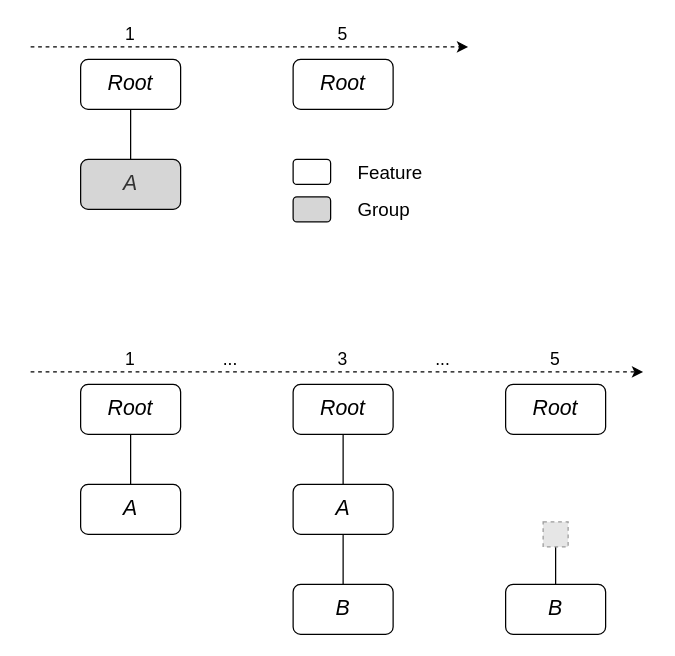
Before: page "AddFeatureExample" (6 of 6) of thesis/src/examples/Examples.drawio in idamotz/Master, a draw.io diagram. Source tidied: cells renumbered, new cells numbered last; positions are measured from the earlier drawing's top-left corner, leaving out a move shared by most shapes. Both pictures are drawn from the tidied source at 125%, with x=0, y=0 at pixel (30, 21). Pictures stored in the file or linked from it are replaced by grey dashed boxes.
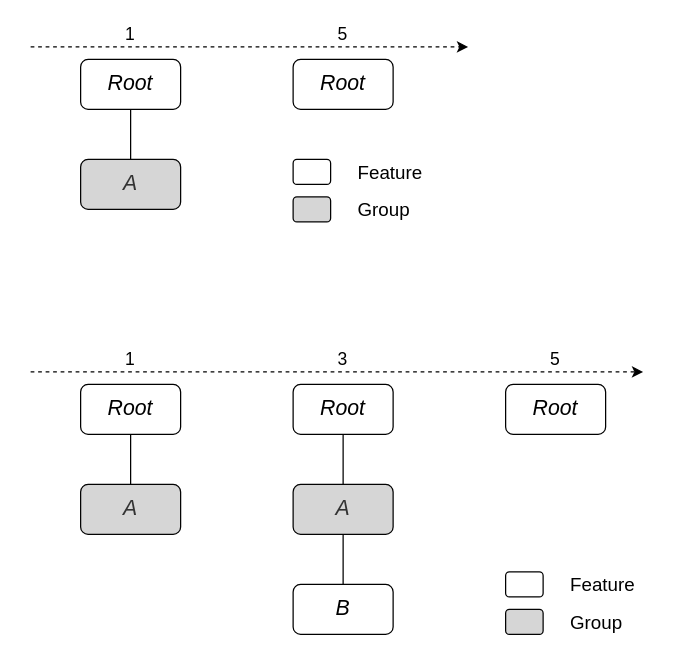
The same page after the edit.

Change to the diagram source:
```diff
@@
-    <mxCell id="10" value="&lt;font face=&quot;Computer Modern&quot; style=&quot;font-size: 17px;&quot;&gt;&lt;i style=&quot;font-size: 17px;&quot;&gt;A&lt;/i&gt;&lt;/font&gt;" style="rounded=1;whiteSpace=wrap;html=1;fontFamily=Computer Modern;fontSize=17;" parent="1" vertex="1">
+    <mxCell id="10" value="&lt;font face=&quot;Computer Modern&quot; style=&quot;font-size: 17px;&quot;&gt;&lt;i style=&quot;font-size: 17px;&quot;&gt;A&lt;/i&gt;&lt;/font&gt;" style="rounded=1;whiteSpace=wrap;html=1;fontFamily=Computer Modern;fontSize=17;fontColor=#333333;strokeColor=#030303;fillColor=#D6D6D6;" parent="1" vertex="1">
       <mxGeometry x="40" y="370" width="80" height="40" as="geometry" />
     </mxCell>
@@
-    <mxCell id="16" value="..." style="text;html=1;strokeColor=none;fillColor=none;align=center;verticalAlign=middle;whiteSpace=wrap;rounded=0;fontSize=14;fontFamily=Computer Modern;" parent="1" vertex="1">
-      <mxGeometry x="140" y="260" width="40" height="20" as="geometry" />
-    </mxCell>
-    <mxCell id="17" value="&lt;font face=&quot;Computer Modern&quot; style=&quot;font-size: 17px&quot;&gt;&lt;i style=&quot;font-size: 17px&quot;&gt;B&lt;/i&gt;&lt;/font&gt;" style="rounded=1;whiteSpace=wrap;html=1;fontFamily=Computer Modern;fontSize=17;" parent="1" vertex="1">
-      <mxGeometry x="380" y="450" width="80" height="40" as="geometry" />
-    </mxCell>
-    <mxCell id="18" style="endArrow=none;html=1;entryX=0.5;entryY=1;entryDx=0;entryDy=0;exitX=0.5;exitY=0;exitDx=0;exitDy=0;" parent="1" edge="1" source="17">
-      <mxGeometry relative="1" as="geometry">
-        <mxPoint x="420" y="410" as="targetPoint" />
-      </mxGeometry>
-    </mxCell>
-    <mxCell id="19" style="fillColor=#E6E6E6;strokeColor=#999999;dashed=1;html=1;verticalAlign=top;verticalLabelPosition=bottom;labelBackgroundColor=#ffffff;fontFamily=Computer Modern;fontSize=14;" parent="1" vertex="1">
-      <mxGeometry x="410" y="400" width="20" height="20" as="geometry" />
-    </mxCell>
@@
-    <mxCell id="21" value="&lt;font face=&quot;Computer Modern&quot; style=&quot;font-size: 17px;&quot;&gt;&lt;i style=&quot;font-size: 17px;&quot;&gt;A&lt;/i&gt;&lt;/font&gt;" style="rounded=1;whiteSpace=wrap;html=1;fontFamily=Computer Modern;fontSize=17;" parent="1" vertex="1">
+    <mxCell id="21" value="&lt;font face=&quot;Computer Modern&quot; style=&quot;font-size: 17px;&quot;&gt;&lt;i style=&quot;font-size: 17px;&quot;&gt;A&lt;/i&gt;&lt;/font&gt;" style="rounded=1;whiteSpace=wrap;html=1;fontFamily=Computer Modern;fontSize=17;fontColor=#333333;strokeColor=#030303;fillColor=#D6D6D6;" parent="1" vertex="1">
       <mxGeometry x="210" y="370" width="80" height="40" as="geometry" />
     </mxCell>
@@
-    <mxCell id="24" value="..." style="text;html=1;strokeColor=none;fillColor=none;align=center;verticalAlign=middle;whiteSpace=wrap;rounded=0;fontSize=14;fontFamily=Computer Modern;" parent="1" vertex="1">
-      <mxGeometry x="310" y="260" width="40" height="20" as="geometry" />
-    </mxCell>
@@
+    <mxCell id="31" style="rounded=1;whiteSpace=wrap;html=1;fontFamily=Computer Modern;fontSize=17;" parent="1" vertex="1">
+      <mxGeometry x="380" y="440" width="30" height="20" as="geometry" />
+    </mxCell>
+    <mxCell id="32" value="Feature" style="text;html=1;strokeColor=none;fillColor=none;align=left;verticalAlign=middle;whiteSpace=wrap;rounded=0;fontFamily=Computer Modern;fontSize=15;" parent="1" vertex="1">
+      <mxGeometry x="430" y="440" width="50" height="20" as="geometry" />
+    </mxCell>
+    <mxCell id="33" style="rounded=1;whiteSpace=wrap;html=1;fontFamily=Computer Modern;fontSize=17;fillColor=#D6D6D6;strokeColor=#030303;fontColor=#333333;" parent="1" vertex="1">
+      <mxGeometry x="380" y="470" width="30" height="20" as="geometry" />
+    </mxCell>
+    <mxCell id="34" value="Group" style="text;html=1;strokeColor=none;fillColor=none;align=left;verticalAlign=middle;whiteSpace=wrap;rounded=0;fontFamily=Computer Modern;fontSize=15;" parent="1" vertex="1">
+      <mxGeometry x="430" y="470" width="60" height="20" as="geometry" />
+    </mxCell>
```
